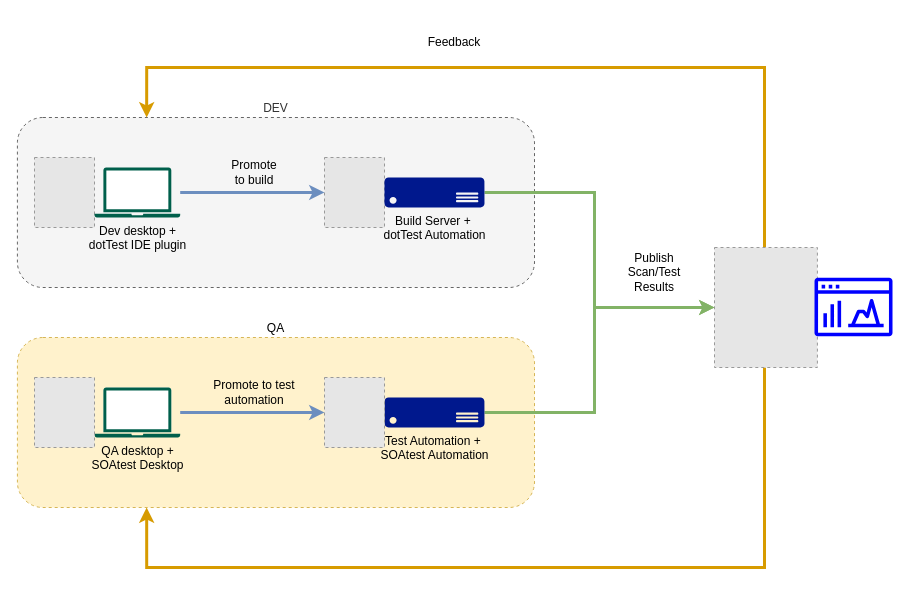
The draw.io diagram dottest+soatest.drawio in gtrofimov/draw-io-projects, before the edit. Source tidied: cells renumbered, new cells numbered last; positions are measured from the earlier drawing's top-left corner, leaving out a move shared by most shapes. Both pictures are drawn from the tidied source at 100%, with x=0, y=0 at pixel (17, 17). Pictures stored in the file or linked from it are replaced by grey dashed boxes.
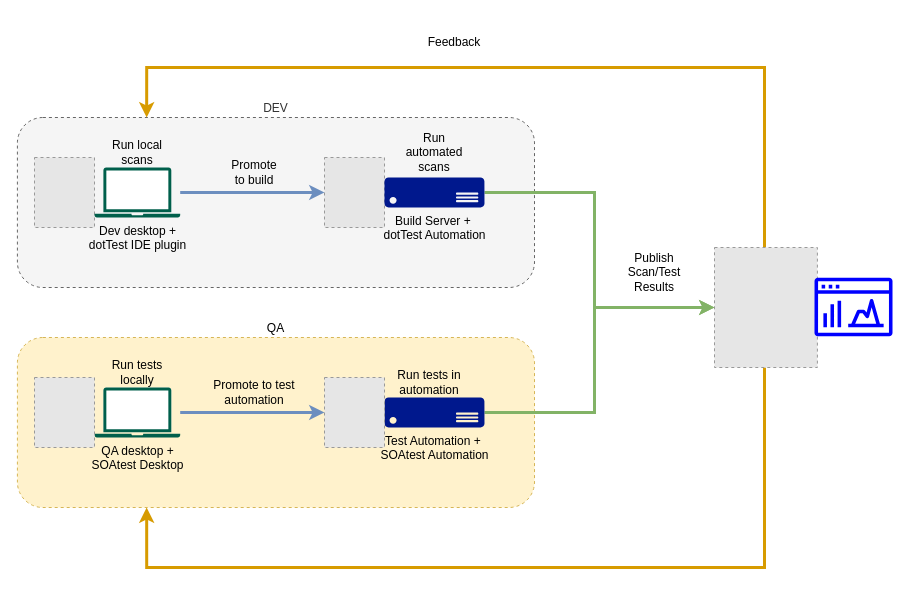
Above is the later version.

Diff of the diagram source:
```diff
@@
+    <mxCell id="24" value="Run local scans" style="text;html=1;align=center;verticalAlign=middle;whiteSpace=wrap;rounded=0;" parent="1" vertex="1">
+      <mxGeometry x="89.9" y="120" width="60" height="30" as="geometry" />
+    </mxCell>
+    <mxCell id="25" value="Run tests locally" style="text;html=1;align=center;verticalAlign=middle;whiteSpace=wrap;rounded=0;" parent="1" vertex="1">
+      <mxGeometry x="89.9" y="340" width="60" height="30" as="geometry" />
+    </mxCell>
+    <mxCell id="26" value="Run automated scans" style="text;html=1;align=center;verticalAlign=middle;whiteSpace=wrap;rounded=0;" parent="1" vertex="1">
+      <mxGeometry x="387" y="120" width="60" height="30" as="geometry" />
+    </mxCell>
+    <mxCell id="27" value="Run tests in automation" style="text;html=1;align=center;verticalAlign=middle;whiteSpace=wrap;rounded=0;" parent="1" vertex="1">
+      <mxGeometry x="367" y="350" width="90" height="30" as="geometry" />
+    </mxCell>
```
